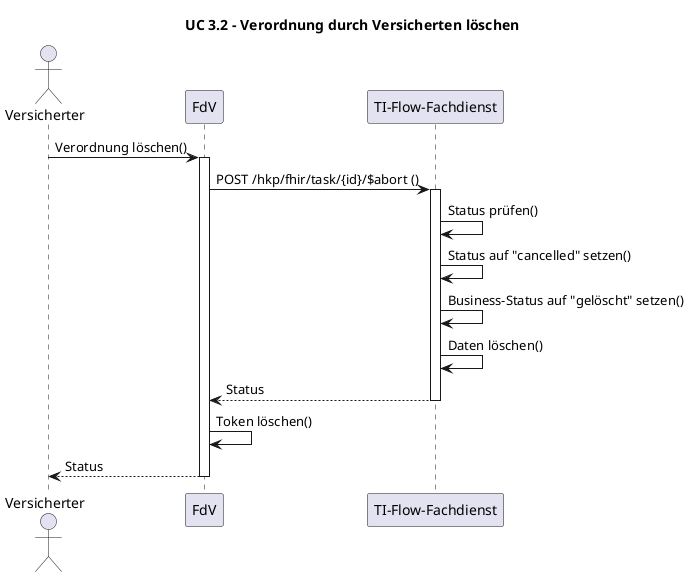
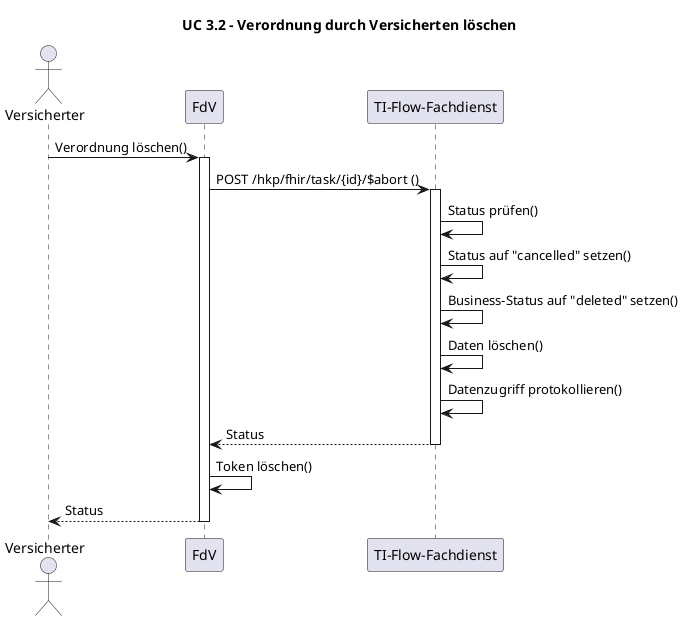
@startuml
title UC 3.2 - Verordnung durch Versicherten löschen

actor "Versicherter" as V
participant "FdV" as FdV
participant "TI-Flow-Fachdienst" as FD

V -> FdV: Verordnung löschen()
activate FdV

FdV -> FD: POST /hkp/fhir/task/{id}/$abort ()
activate FD
FD -> FD: Status prüfen()
FD -> FD: Status auf "cancelled" setzen()
- FD -> FD: Business-Status auf "gelöscht" setzen()
+ FD -> FD: Business-Status auf "deleted" setzen()
FD -> FD: Daten löschen()
+ FD -> FD: Datenzugriff protokollieren()
FD --> FdV: Status
deactivate FD

FdV -> FdV: Token löschen()
FdV --> V: Status
deactivate FdV

@enduml